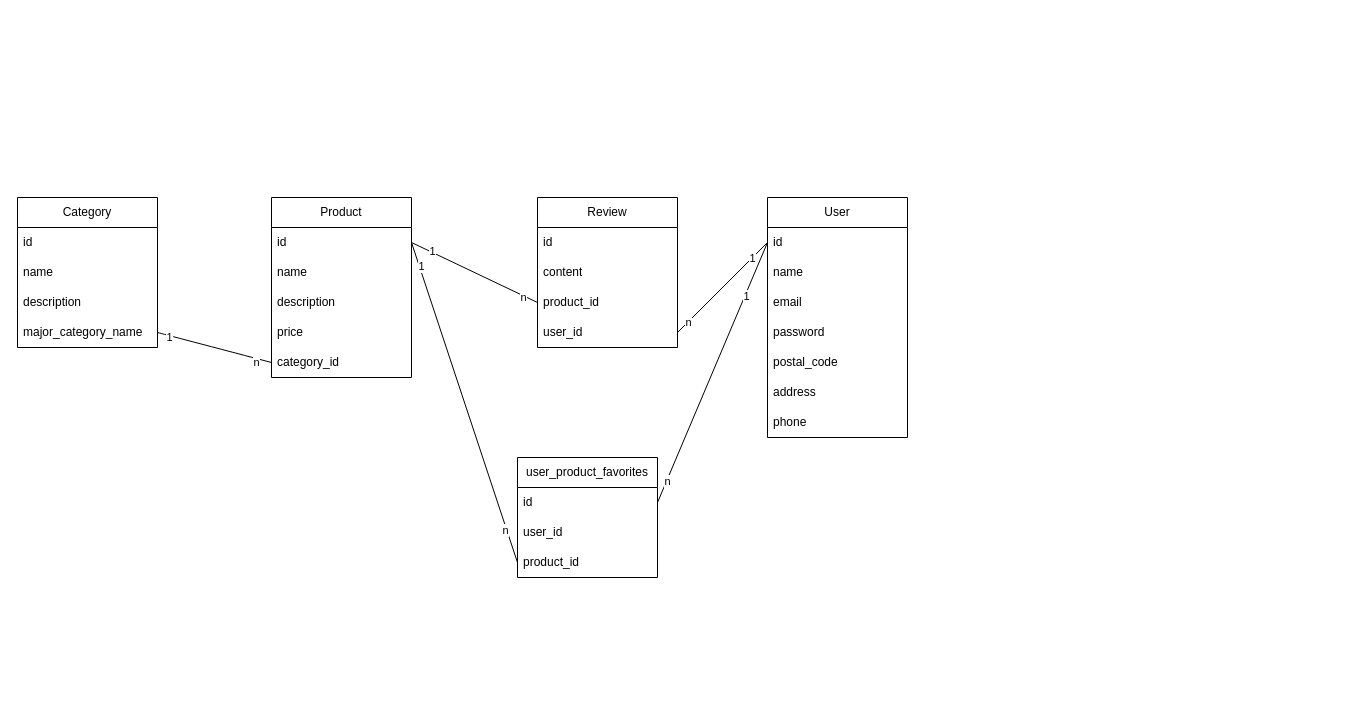
Earlier version of the draw.io diagram document/database-layout.drawio (AyakaTakahashi/shoe-sales-ec-site). Source tidied: cells renumbered, new cells numbered last; positions are measured from the earlier drawing's top-left corner, leaving out a move shared by most shapes. Both pictures are drawn from the tidied source at 100%, with x=0, y=0 at pixel (17, 197).
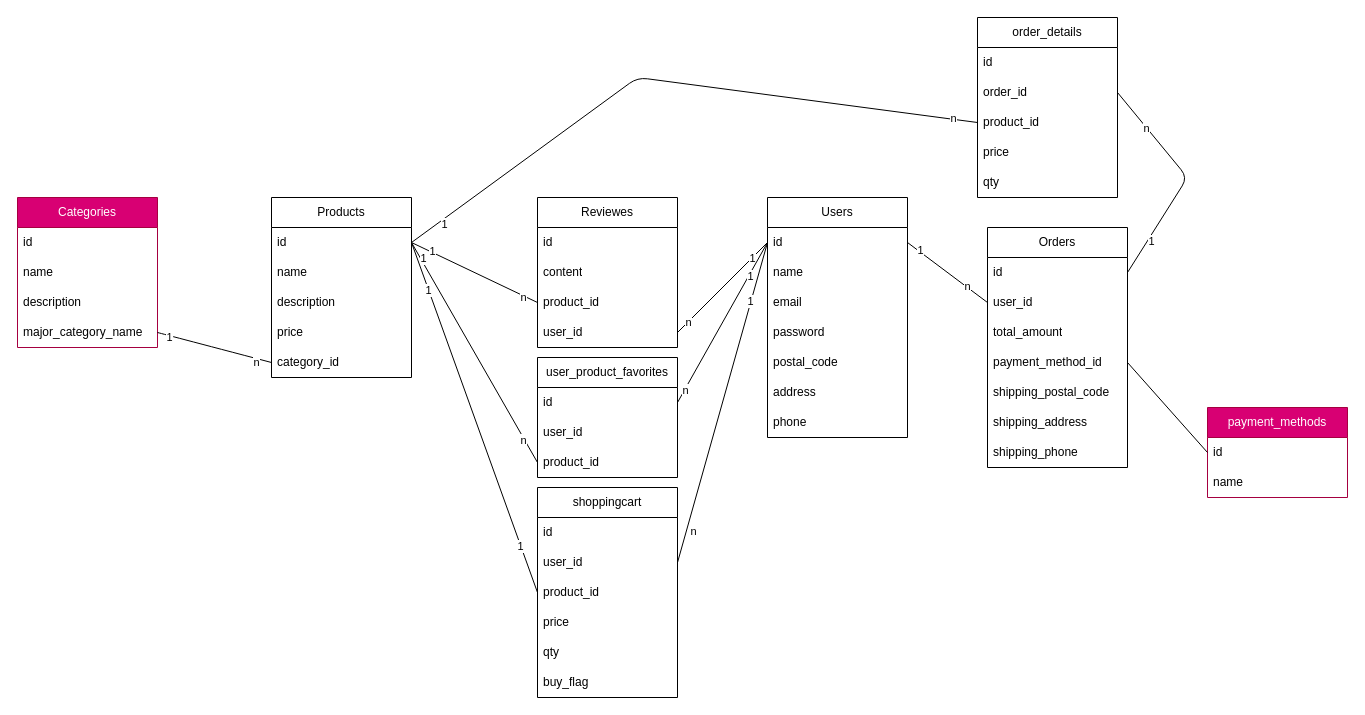
After the change.

Unchanged cells that the change refers to:
```xml
<mxCell id="8" value="id" style="text;strokeColor=none;fillColor=none;align=left;verticalAlign=middle;spacingLeft=4;spacingRight=4;overflow=hidden;points=[[0,0.5],[1,0.5]];portConstraint=eastwest;whiteSpace=wrap;html=1;" parent="7" vertex="1">
  <mxGeometry y="30" width="140" height="30" as="geometry" />
</mxCell>
<mxCell id="25" value="id" style="text;strokeColor=none;fillColor=none;align=left;verticalAlign=middle;spacingLeft=4;spacingRight=4;overflow=hidden;points=[[0,0.5],[1,0.5]];portConstraint=eastwest;whiteSpace=wrap;html=1;" parent="24" vertex="1">
  <mxGeometry y="30" width="140" height="30" as="geometry" />
</mxCell>
```

Diff of the diagram source:
```diff
@@
-    <mxCell id="2" value="Category" style="swimlane;fontStyle=0;horizontal=1;startSize=30;whiteSpace=wrap;html=1;" parent="1" vertex="1">
+    <mxCell id="2" value="Categories" style="swimlane;fontStyle=0;horizontal=1;startSize=30;whiteSpace=wrap;html=1;fillColor=#d80073;fontColor=#ffffff;strokeColor=#A50040;" parent="1" vertex="1">
       <mxGeometry width="140" height="150" as="geometry" />
     </mxCell>
@@
-    <mxCell id="7" value="Product" style="swimlane;fontStyle=0;horizontal=1;startSize=30;whiteSpace=wrap;html=1;" parent="1" vertex="1">
+    <mxCell id="7" value="Products" style="swimlane;fontStyle=0;horizontal=1;startSize=30;whiteSpace=wrap;html=1;" parent="1" vertex="1">
       <mxGeometry x="254" width="140" height="180" as="geometry" />
     </mxCell>
@@
-    <mxCell id="13" value="Review" style="swimlane;fontStyle=0;horizontal=1;startSize=30;whiteSpace=wrap;html=1;" parent="1" vertex="1">
+    <mxCell id="13" value="Reviewes" style="swimlane;fontStyle=0;horizontal=1;startSize=30;whiteSpace=wrap;html=1;" parent="1" vertex="1">
       <mxGeometry x="520" width="140" height="150" as="geometry" />
     </mxCell>
@@
-    <mxCell id="24" value="User" style="swimlane;fontStyle=0;horizontal=1;startSize=30;whiteSpace=wrap;html=1;" parent="1" vertex="1">
+    <mxCell id="24" value="Users" style="swimlane;fontStyle=0;horizontal=1;startSize=30;whiteSpace=wrap;html=1;" parent="1" vertex="1">
       <mxGeometry x="750" width="140" height="240" as="geometry" />
     </mxCell>
@@
     <mxCell id="35" value="user_product_favorites" style="swimlane;fontStyle=0;horizontal=1;startSize=30;whiteSpace=wrap;html=1;" parent="1" vertex="1">
-      <mxGeometry x="500" y="260" width="140" height="120" as="geometry" />
+      <mxGeometry x="520" y="160" width="140" height="120" as="geometry" />
     </mxCell>
@@
+    <mxCell id="45" value="shoppingcart" style="swimlane;fontStyle=0;horizontal=1;startSize=30;whiteSpace=wrap;html=1;" parent="1" vertex="1">
+      <mxGeometry x="520" y="290" width="140" height="210" as="geometry" />
+    </mxCell>
+    <mxCell id="46" value="id" style="text;strokeColor=none;fillColor=none;align=left;verticalAlign=middle;spacingLeft=4;spacingRight=4;overflow=hidden;whiteSpace=wrap;html=1;" parent="45" vertex="1">
+      <mxGeometry y="30" width="140" height="30" as="geometry" />
+    </mxCell>
+    <mxCell id="47" value="user_id" style="text;strokeColor=none;fillColor=none;align=left;verticalAlign=middle;spacingLeft=4;spacingRight=4;overflow=hidden;points=[[0,0.5],[1,0.5]];portConstraint=eastwest;whiteSpace=wrap;html=1;" parent="45" vertex="1">
+      <mxGeometry y="60" width="140" height="30" as="geometry" />
+    </mxCell>
+    <mxCell id="48" value="product_id" style="text;strokeColor=none;fillColor=none;align=left;verticalAlign=middle;spacingLeft=4;spacingRight=4;overflow=hidden;points=[[0,0.5],[1,0.5]];portConstraint=eastwest;whiteSpace=wrap;html=1;" parent="45" vertex="1">
+      <mxGeometry y="90" width="140" height="30" as="geometry" />
+    </mxCell>
+    <mxCell id="49" value="price" style="text;strokeColor=none;fillColor=none;align=left;verticalAlign=middle;spacingLeft=4;spacingRight=4;overflow=hidden;whiteSpace=wrap;html=1;" parent="45" vertex="1">
+      <mxGeometry y="120" width="140" height="30" as="geometry" />
+    </mxCell>
+    <mxCell id="50" value="qty" style="text;strokeColor=none;fillColor=none;align=left;verticalAlign=middle;spacingLeft=4;spacingRight=4;overflow=hidden;whiteSpace=wrap;html=1;" parent="45" vertex="1">
+      <mxGeometry y="150" width="140" height="30" as="geometry" />
+    </mxCell>
+    <mxCell id="51" value="buy_flag" style="text;strokeColor=none;fillColor=none;align=left;verticalAlign=middle;spacingLeft=4;spacingRight=4;overflow=hidden;whiteSpace=wrap;html=1;" parent="45" vertex="1">
+      <mxGeometry y="180" width="140" height="30" as="geometry" />
+    </mxCell>
+    <mxCell id="52" style="edgeStyle=none;html=1;entryX=0;entryY=0.5;entryDx=0;entryDy=0;endArrow=none;endFill=0;exitX=1;exitY=0.5;exitDx=0;exitDy=0;" parent="1" edge="1" source="8" target="48">
+      <mxGeometry relative="1" as="geometry" />
+    </mxCell>
+    <mxCell id="53" value="1" style="edgeLabel;html=1;align=center;verticalAlign=middle;" parent="52" vertex="1">
+      <mxGeometry x="-0.72" y="2" relative="1" as="geometry">
+        <mxPoint x="-3" y="-1" as="offset" />
+      </mxGeometry>
+    </mxCell>
+    <mxCell id="54" value="1" style="edgeLabel;html=1;align=center;verticalAlign=middle;" parent="52" vertex="1">
+      <mxGeometry x="0.73" y="-1" relative="1" as="geometry" />
+    </mxCell>
+    <mxCell id="55" style="edgeStyle=none;html=1;entryX=1;entryY=0.5;entryDx=0;entryDy=0;endArrow=none;endFill=0;exitX=0;exitY=0.5;exitDx=0;exitDy=0;" parent="1" edge="1" source="25" target="47">
+      <mxGeometry relative="1" as="geometry" />
+    </mxCell>
+    <mxCell id="56" value="1" style="edgeLabel;html=1;align=center;verticalAlign=middle;" parent="55" vertex="1">
+      <mxGeometry x="-0.63" y="-2" relative="1" as="geometry">
+        <mxPoint x="1" as="offset" />
+      </mxGeometry>
+    </mxCell>
+    <mxCell id="57" value="n" style="edgeLabel;html=1;align=center;verticalAlign=middle;" parent="55" vertex="1">
+      <mxGeometry x="0.79" y="6" relative="1" as="geometry" />
+    </mxCell>
+    <mxCell id="58" value="Orders" style="swimlane;fontStyle=0;horizontal=1;startSize=30;whiteSpace=wrap;html=1;" parent="1" vertex="1">
+      <mxGeometry x="970" y="30" width="140" height="240" as="geometry" />
+    </mxCell>
+    <mxCell id="59" value="id" style="text;strokeColor=none;fillColor=none;align=left;verticalAlign=middle;spacingLeft=4;spacingRight=4;overflow=hidden;points=[[0,0.5],[1,0.5]];portConstraint=eastwest;whiteSpace=wrap;html=1;" parent="58" vertex="1">
+      <mxGeometry y="30" width="140" height="30" as="geometry" />
+    </mxCell>
+    <mxCell id="60" value="user_id" style="text;strokeColor=none;fillColor=none;align=left;verticalAlign=middle;spacingLeft=4;spacingRight=4;overflow=hidden;points=[[0,0.5],[1,0.5]];portConstraint=eastwest;whiteSpace=wrap;html=1;" parent="58" vertex="1">
+      <mxGeometry y="60" width="140" height="30" as="geometry" />
+    </mxCell>
+    <mxCell id="61" value="total_amount" style="text;strokeColor=none;fillColor=none;align=left;verticalAlign=middle;spacingLeft=4;spacingRight=4;overflow=hidden;whiteSpace=wrap;html=1;" parent="58" vertex="1">
+      <mxGeometry y="90" width="140" height="30" as="geometry" />
+    </mxCell>
+    <mxCell id="62" value="payment_method_id" style="text;strokeColor=none;fillColor=none;align=left;verticalAlign=middle;spacingLeft=4;spacingRight=4;overflow=hidden;points=[[0,0.5],[1,0.5]];portConstraint=eastwest;whiteSpace=wrap;html=1;" parent="58" vertex="1">
+      <mxGeometry y="120" width="140" height="30" as="geometry" />
+    </mxCell>
+    <mxCell id="63" value="shipping_postal_code" style="text;strokeColor=none;fillColor=none;align=left;verticalAlign=middle;spacingLeft=4;spacingRight=4;overflow=hidden;whiteSpace=wrap;html=1;" parent="58" vertex="1">
+      <mxGeometry y="150" width="140" height="30" as="geometry" />
+    </mxCell>
+    <mxCell id="64" value="shipping_address" style="text;strokeColor=none;fillColor=none;align=left;verticalAlign=middle;spacingLeft=4;spacingRight=4;overflow=hidden;whiteSpace=wrap;html=1;" parent="58" vertex="1">
+      <mxGeometry y="180" width="140" height="30" as="geometry" />
+    </mxCell>
+    <mxCell id="65" value="shipping_phone" style="text;strokeColor=none;fillColor=none;align=left;verticalAlign=middle;spacingLeft=4;spacingRight=4;overflow=hidden;whiteSpace=wrap;html=1;" parent="58" vertex="1">
+      <mxGeometry y="210" width="140" height="30" as="geometry" />
+    </mxCell>
+    <mxCell id="66" value="order_details" style="swimlane;fontStyle=0;horizontal=1;startSize=30;whiteSpace=wrap;html=1;" parent="1" vertex="1">
+      <mxGeometry x="960" y="-180" width="140" height="180" as="geometry" />
+    </mxCell>
+    <mxCell id="67" value="id" style="text;strokeColor=none;fillColor=none;align=left;verticalAlign=middle;spacingLeft=4;spacingRight=4;overflow=hidden;whiteSpace=wrap;html=1;" parent="66" vertex="1">
+      <mxGeometry y="30" width="140" height="30" as="geometry" />
+    </mxCell>
+    <mxCell id="68" value="order_id" style="text;strokeColor=none;fillColor=none;align=left;verticalAlign=middle;spacingLeft=4;spacingRight=4;overflow=hidden;points=[[0,0.5],[1,0.5]];portConstraint=eastwest;whiteSpace=wrap;html=1;" parent="66" vertex="1">
+      <mxGeometry y="60" width="140" height="30" as="geometry" />
+    </mxCell>
+    <mxCell id="69" value="product_id" style="text;strokeColor=none;fillColor=none;align=left;verticalAlign=middle;spacingLeft=4;spacingRight=4;overflow=hidden;points=[[0,0.5],[1,0.5]];portConstraint=eastwest;whiteSpace=wrap;html=1;" parent="66" vertex="1">
+      <mxGeometry y="90" width="140" height="30" as="geometry" />
+    </mxCell>
+    <mxCell id="70" value="price" style="text;strokeColor=none;fillColor=none;align=left;verticalAlign=middle;spacingLeft=4;spacingRight=4;overflow=hidden;whiteSpace=wrap;html=1;" parent="66" vertex="1">
+      <mxGeometry y="120" width="140" height="30" as="geometry" />
+    </mxCell>
+    <mxCell id="71" value="qty" style="text;strokeColor=none;fillColor=none;align=left;verticalAlign=middle;spacingLeft=4;spacingRight=4;overflow=hidden;whiteSpace=wrap;html=1;" parent="66" vertex="1">
+      <mxGeometry y="150" width="140" height="30" as="geometry" />
+    </mxCell>
+    <mxCell id="72" style="edgeStyle=none;html=1;entryX=1;entryY=0.5;entryDx=0;entryDy=0;exitX=1;exitY=0.5;exitDx=0;exitDy=0;endArrow=none;endFill=0;" parent="1" edge="1" source="59" target="68">
+      <mxGeometry relative="1" as="geometry">
+        <Array as="points">
+          <mxPoint x="1170" y="-20" />
+        </Array>
+      </mxGeometry>
+    </mxCell>
+    <mxCell id="73" value="1" style="edgeLabel;html=1;align=center;verticalAlign=middle;" parent="72" vertex="1">
+      <mxGeometry x="-0.65" y="-3" relative="1" as="geometry" />
+    </mxCell>
+    <mxCell id="74" value="n" style="edgeLabel;html=1;align=center;verticalAlign=middle;" parent="72" vertex="1">
+      <mxGeometry x="0.59" y="1" relative="1" as="geometry" />
+    </mxCell>
+    <mxCell id="75" style="edgeStyle=none;html=1;entryX=0;entryY=0.5;entryDx=0;entryDy=0;endArrow=none;endFill=0;exitX=1;exitY=0.5;exitDx=0;exitDy=0;" parent="1" edge="1" source="25" target="60">
+      <mxGeometry relative="1" as="geometry" />
+    </mxCell>
+    <mxCell id="76" value="1" style="edgeLabel;html=1;align=center;verticalAlign=middle;" parent="75" vertex="1">
+      <mxGeometry x="-0.73" y="2" relative="1" as="geometry">
+        <mxPoint y="1" as="offset" />
+      </mxGeometry>
+    </mxCell>
+    <mxCell id="77" value="n" style="edgeLabel;html=1;align=center;verticalAlign=middle;" parent="75" vertex="1">
+      <mxGeometry x="0.48" y="1" relative="1" as="geometry" />
+    </mxCell>
+    <mxCell id="78" value="payment_methods" style="swimlane;fontStyle=0;horizontal=1;startSize=30;whiteSpace=wrap;html=1;fillColor=#d80073;fontColor=#ffffff;strokeColor=#A50040;" parent="1" vertex="1">
+      <mxGeometry x="1190" y="210" width="140" height="90" as="geometry" />
+    </mxCell>
+    <mxCell id="79" value="id" style="text;strokeColor=none;fillColor=none;align=left;verticalAlign=middle;spacingLeft=4;spacingRight=4;overflow=hidden;points=[[0,0.5],[1,0.5]];portConstraint=eastwest;whiteSpace=wrap;html=1;" parent="78" vertex="1">
+      <mxGeometry y="30" width="140" height="30" as="geometry" />
+    </mxCell>
+    <mxCell id="80" value="name" style="text;strokeColor=none;fillColor=none;align=left;verticalAlign=middle;spacingLeft=4;spacingRight=4;overflow=hidden;whiteSpace=wrap;html=1;" parent="78" vertex="1">
+      <mxGeometry y="60" width="140" height="30" as="geometry" />
+    </mxCell>
+    <mxCell id="81" style="edgeStyle=none;html=1;entryX=0;entryY=0.5;entryDx=0;entryDy=0;endArrow=none;endFill=0;exitX=1;exitY=0.5;exitDx=0;exitDy=0;" parent="1" edge="1" source="62" target="79">
+      <mxGeometry relative="1" as="geometry" />
+    </mxCell>
+    <mxCell id="82" style="edgeStyle=none;html=1;endArrow=none;endFill=0;entryX=1;entryY=0.5;entryDx=0;entryDy=0;exitX=0;exitY=0.5;exitDx=0;exitDy=0;" parent="1" edge="1" source="69" target="8">
+      <mxGeometry relative="1" as="geometry">
+        <Array as="points">
+          <mxPoint x="620" y="-120" />
+        </Array>
+      </mxGeometry>
+    </mxCell>
+    <mxCell id="83" value="n" style="edgeLabel;html=1;align=center;verticalAlign=middle;" parent="82" vertex="1">
+      <mxGeometry x="-0.92" y="-1" relative="1" as="geometry" />
+    </mxCell>
+    <mxCell id="84" value="1" style="edgeLabel;html=1;align=center;verticalAlign=middle;" parent="82" vertex="1">
+      <mxGeometry x="0.88" y="4" relative="1" as="geometry">
+        <mxPoint y="1" as="offset" />
+      </mxGeometry>
+    </mxCell>
```
